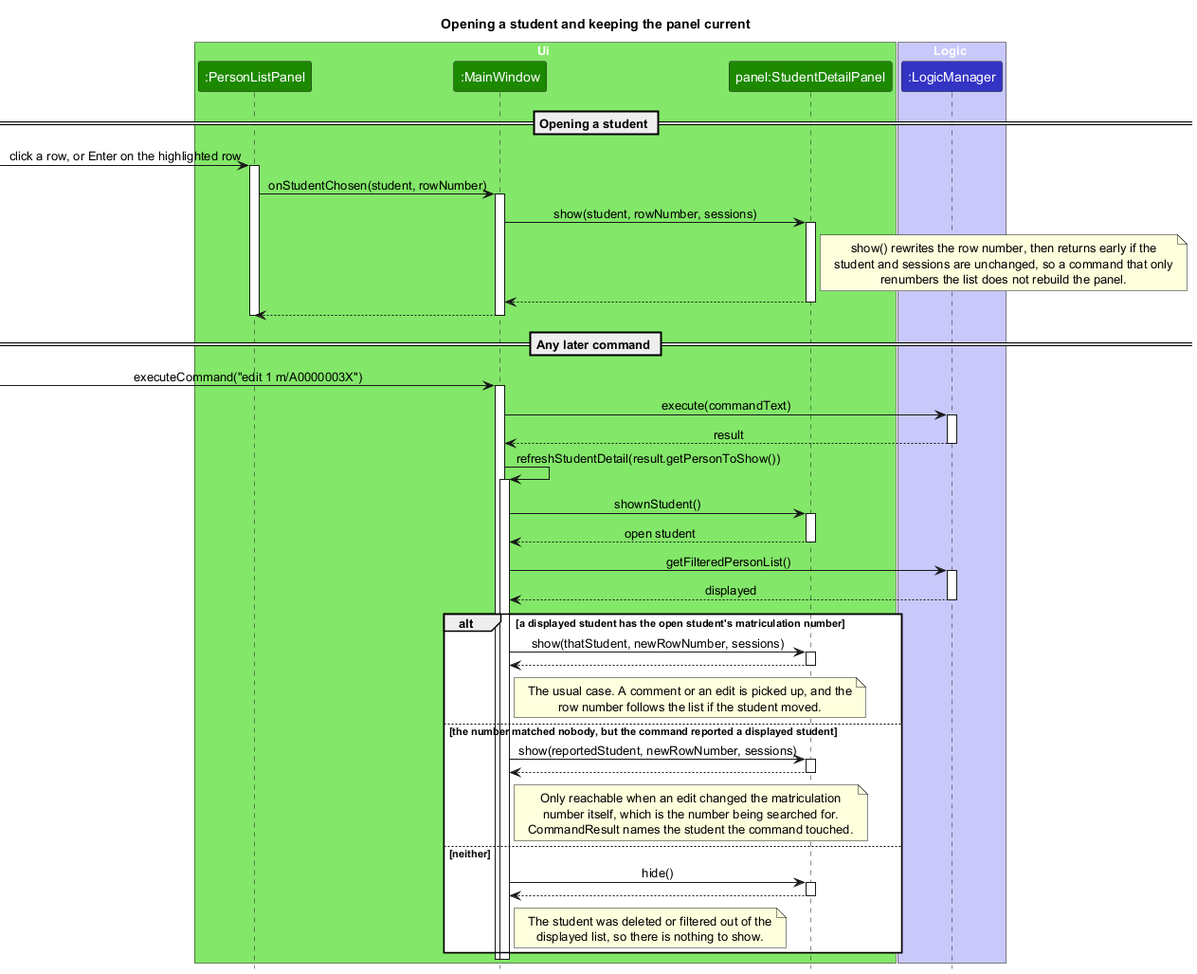
Before: docs/images/StudentDetailPanelSequenceDiagram.png, a diagram exported from PlantUML (AY2627S1-CS2103T-F12-4/tp). Source of this version:
```plantuml
@startuml
!include style.puml
skinparam ArrowFontStyle plain
title Opening a student and keeping the panel current

box Ui UI_COLOR_T1
participant ":PersonListPanel" as PersonListPanel UI_COLOR
participant ":MainWindow" as MainWindow UI_COLOR
participant "panel:StudentDetailPanel" as Panel UI_COLOR
end box

box Logic LOGIC_COLOR_T1
participant ":LogicManager" as LogicManager LOGIC_COLOR
end box

== Opening a student ==

[-> PersonListPanel : click a row, or Enter on the highlighted row
activate PersonListPanel

PersonListPanel -> MainWindow : onStudentChosen(student, rowNumber)
activate MainWindow

MainWindow -> Panel : show(student, rowNumber, sessions)
activate Panel
note right of Panel
  show() rewrites the row number, then returns early if the
  student and sessions are unchanged, so a command that only
  renumbers the list does not rebuild the panel.
end note
Panel --> MainWindow
deactivate Panel

MainWindow --> PersonListPanel
deactivate MainWindow
deactivate PersonListPanel

== Any later command ==

[-> MainWindow : executeCommand("edit 1 m/A0000003X")
activate MainWindow

MainWindow -> LogicManager : execute(commandText)
activate LogicManager
LogicManager --> MainWindow : result
deactivate LogicManager

MainWindow -> MainWindow : refreshStudentDetail(result.getPersonToShow())
activate MainWindow

MainWindow -> Panel : shownStudent()
activate Panel
Panel --> MainWindow : open student
deactivate Panel

MainWindow -> LogicManager : getFilteredPersonList()
activate LogicManager
LogicManager --> MainWindow : displayed
deactivate LogicManager

alt a displayed student has the open student's matriculation number
    MainWindow -> Panel : show(thatStudent, newRowNumber, sessions)
    activate Panel
    Panel --> MainWindow
    deactivate Panel
    note right of MainWindow
      The usual case. A comment or an edit is picked up, and the
      row number follows the list if the student moved.
    end note

else the number matched nobody, but the command reported a displayed student
    MainWindow -> Panel : show(reportedStudent, newRowNumber, sessions)
    activate Panel
    Panel --> MainWindow
    deactivate Panel
    note right of MainWindow
      Only reachable when an edit changed the matriculation
      number itself, which is the number being searched for.
      CommandResult names the student the command touched.
    end note

else neither
    MainWindow -> Panel : hide()
    activate Panel
    Panel --> MainWindow
    deactivate Panel
    note right of MainWindow
      The student was deleted or filtered out of the
      displayed list, so there is nothing to show.
    end note
end

deactivate MainWindow
deactivate MainWindow
@enduml
```
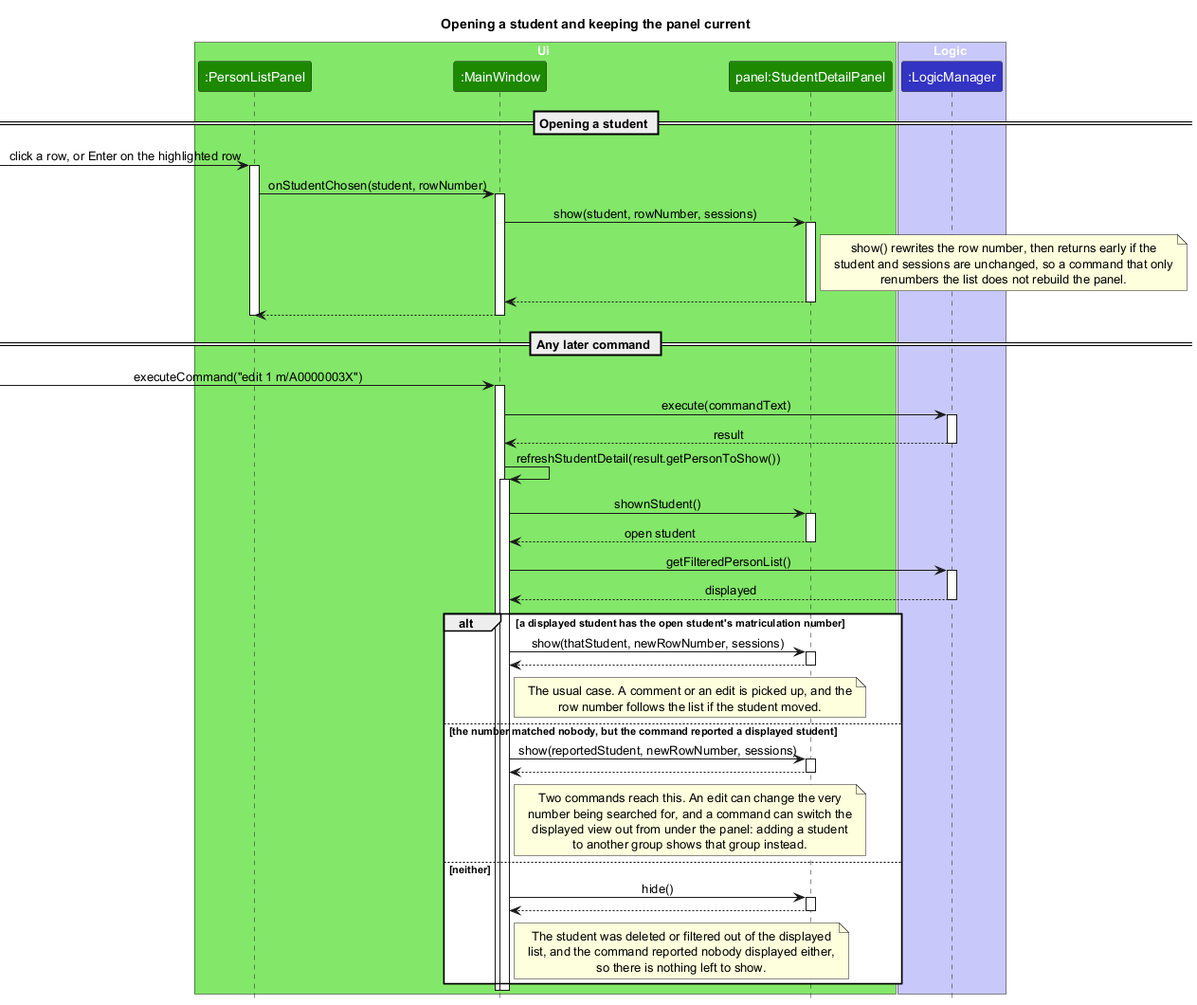
Later version of the same file.

Commit message:
Correct the UI diagrams after review

Diff of the diagram source:
```diff
@@ -74,9 +74,10 @@
     Panel --> MainWindow
     deactivate Panel
     note right of MainWindow
-      Only reachable when an edit changed the matriculation
-      number itself, which is the number being searched for.
-      CommandResult names the student the command touched.
+      Two commands reach this. An edit can change the very
+      number being searched for, and a command can switch the
+      displayed view out from under the panel: adding a student
+      to another group shows that group instead.
     end note
 
 else neither
@@ -85,8 +86,9 @@
     Panel --> MainWindow
     deactivate Panel
     note right of MainWindow
-      The student was deleted or filtered out of the
-      displayed list, so there is nothing to show.
+      The student was deleted or filtered out of the displayed
+      list, and the command reported nobody displayed either,
+      so there is nothing left to show.
     end note
 end
 
```
